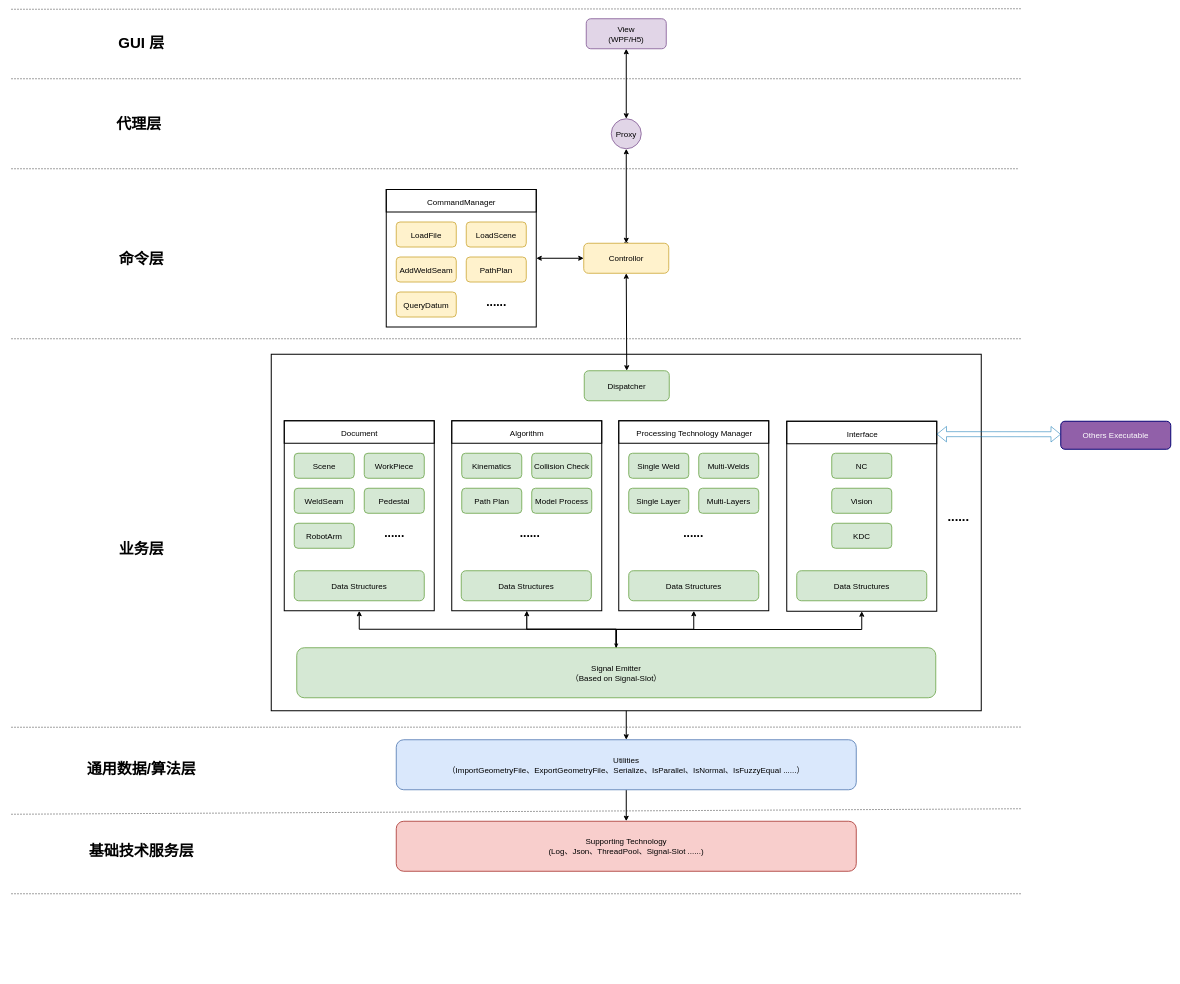
Above: page "CypWeld框架图" (1 of 2) of 未命名绘图.drawio in TsinHC/ebook (draw.io), before the change. Source tidied: cells renumbered, new cells numbered last; positions are measured from the earlier drawing's top-left corner, leaving out a move shared by most shapes. Both pictures are drawn from the tidied source at 50%, with x=0, y=0 at pixel (11, 8).
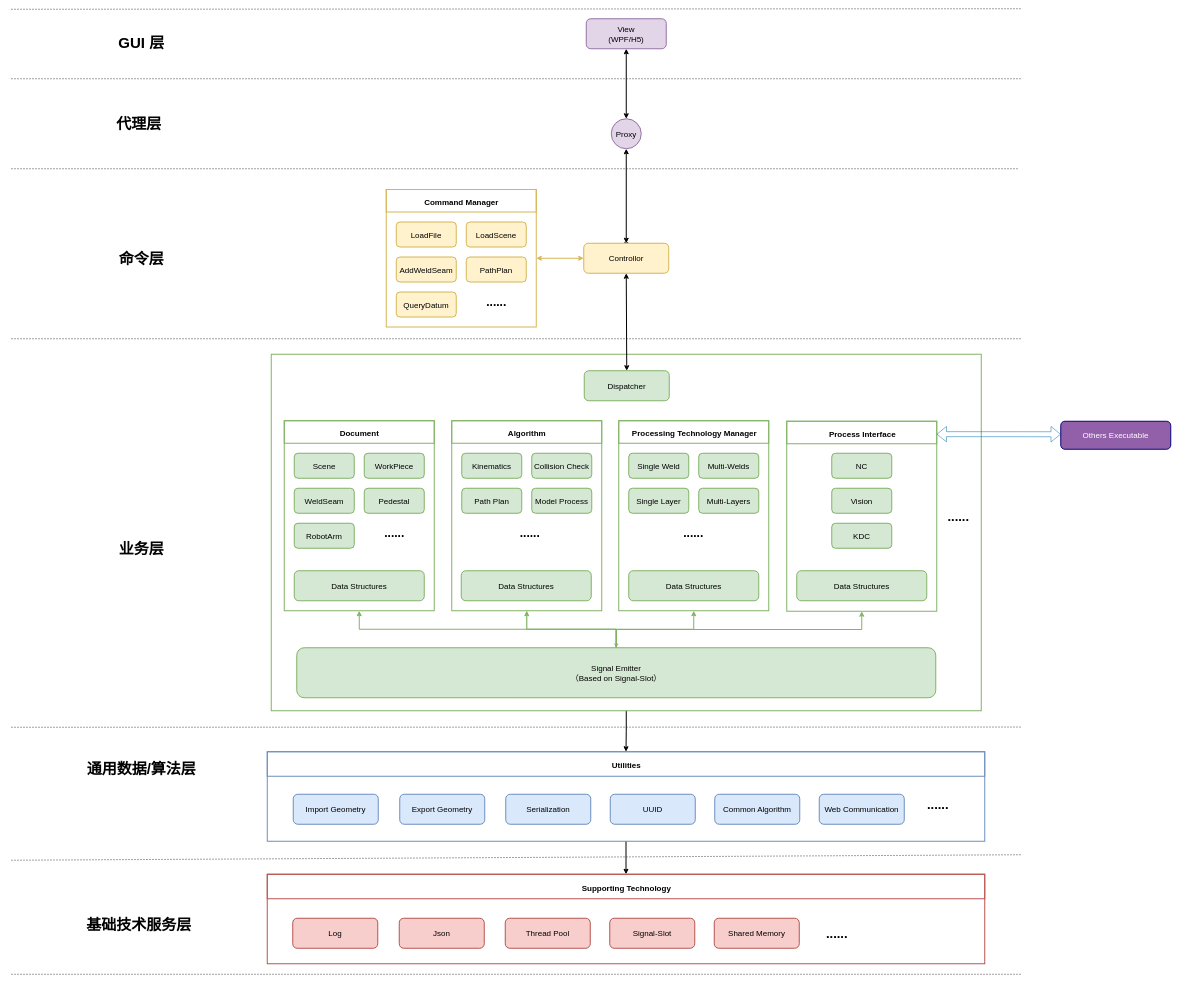
Above is the later version.

Commit message:
更新未命名绘图.drawio

Unchanged cells that the change refers to:
```xml
<mxCell id="7" value="&lt;font style=&quot;&quot;&gt;&lt;font style=&quot;font-size: 16px;&quot;&gt;Controllor&lt;/font&gt;&lt;br&gt;&lt;/font&gt;" style="rounded=1;whiteSpace=wrap;html=1;fillColor=#fff2cc;strokeColor=#d6b656;strokeWidth=2;" parent="1" vertex="1">
  <mxGeometry x="1145" y="469" width="170" height="60" as="geometry" />
</mxCell>
<mxCell id="50" value="&lt;span style=&quot;font-size: 16px;&quot;&gt;Signal Emitter&lt;br&gt;（Based on Signal-Slot）&lt;br&gt;&lt;/span&gt;" style="rounded=1;whiteSpace=wrap;html=1;fillColor=#d5e8d4;strokeColor=#82b366;strokeWidth=2;" parent="1" vertex="1">
  <mxGeometry x="571" y="1278" width="1278" height="100" as="geometry" />
</mxCell>
```

Diff of the diagram source:
```diff
@@
-    <mxCell id="2" style="edgeStyle=orthogonalEdgeStyle;rounded=0;jettySize=auto;html=1;entryX=0.5;entryY=0;entryDx=0;entryDy=0;strokeWidth=2;" parent="1" edge="1" source="3" target="34">
-      <mxGeometry relative="1" as="geometry" />
-    </mxCell>
+    <mxCell id="77" style="rounded=0;whiteSpace=wrap;html=1;fillColor=none;strokeWidth=2;strokeColor=#b85450;" parent="1" vertex="1">
+      <mxGeometry x="512" y="1731" width="1435" height="179" as="geometry" />
+    </mxCell>
+    <mxCell id="78" value="&lt;font style=&quot;font-size: 16px;&quot;&gt;Supporting Technology&lt;/font&gt;" style="text;strokeColor=#b85450;fillColor=none;html=1;fontSize=24;fontStyle=1;verticalAlign=middle;align=center;strokeWidth=2;" parent="1" vertex="1">
+      <mxGeometry x="512" y="1731" width="1435" height="49" as="geometry" />
+    </mxCell>
+    <mxCell id="79" style="edgeStyle=orthogonalEdgeStyle;rounded=0;jettySize=auto;html=1;exitX=0.5;exitY=1;exitDx=0;exitDy=0;strokeWidth=2;" parent="1" edge="1" source="80" target="78">
+      <mxGeometry relative="1" as="geometry" />
+    </mxCell>
+    <mxCell id="80" style="rounded=0;whiteSpace=wrap;html=1;fillColor=none;strokeWidth=2;strokeColor=#6c8ebf;" parent="1" vertex="1">
+      <mxGeometry x="512" y="1486" width="1435" height="179" as="geometry" />
+    </mxCell>
+    <mxCell id="81" style="edgeStyle=orthogonalEdgeStyle;rounded=0;jettySize=auto;html=1;exitX=0.5;exitY=1;exitDx=0;exitDy=0;entryX=0.5;entryY=0;entryDx=0;entryDy=0;strokeWidth=2;" parent="1" edge="1" source="3" target="82">
+      <mxGeometry relative="1" as="geometry" />
+    </mxCell>
-    <mxCell id="3" style="rounded=0;whiteSpace=wrap;html=1;fillColor=none;strokeWidth=2;" parent="1" vertex="1">
+    <mxCell id="3" style="rounded=0;whiteSpace=wrap;html=1;fillColor=none;strokeWidth=2;strokeColor=#82b366;" parent="1" vertex="1">
       <mxGeometry x="520" y="691" width="1420" height="713" as="geometry" />
     </mxCell>
-    <mxCell id="4" style="rounded=0;whiteSpace=wrap;html=1;fillColor=none;strokeWidth=2;" parent="1" vertex="1">
+    <mxCell id="4" style="rounded=0;whiteSpace=wrap;html=1;fillColor=none;strokeWidth=2;strokeColor=#d6b656;" parent="1" vertex="1">
       <mxGeometry x="750" y="361.5" width="300" height="275" as="geometry" />
     </mxCell>
@@
-    <mxCell id="15" value="&lt;span style=&quot;font-weight: normal;&quot;&gt;&lt;font style=&quot;font-size: 16px;&quot;&gt;CommandManager&lt;/font&gt;&lt;/span&gt;" style="text;strokeColor=default;fillColor=none;html=1;fontSize=24;fontStyle=1;verticalAlign=middle;align=center;strokeWidth=2;" parent="1" vertex="1">
+    <mxCell id="15" value="&lt;font style=&quot;font-size: 16px;&quot;&gt;Command Manager&lt;/font&gt;" style="text;strokeColor=#d6b656;fillColor=none;html=1;fontSize=24;fontStyle=1;verticalAlign=middle;align=center;strokeWidth=2;" parent="1" vertex="1">
       <mxGeometry x="750" y="361.5" width="300" height="45" as="geometry" />
     </mxCell>
@@
-    <mxCell id="17" style="rounded=0;whiteSpace=wrap;html=1;fillColor=none;strokeWidth=2;strokeColor=#000000;" parent="1" vertex="1">
+    <mxCell id="17" style="rounded=0;whiteSpace=wrap;html=1;fillColor=none;strokeWidth=2;strokeColor=#82b366;" parent="1" vertex="1">
       <mxGeometry x="546" y="824" width="300" height="380" as="geometry" />
     </mxCell>
@@
-    <mxCell id="24" value="&lt;span style=&quot;font-weight: normal;&quot;&gt;&lt;font style=&quot;font-size: 16px;&quot;&gt;Document&lt;/font&gt;&lt;/span&gt;" style="text;strokeColor=#000000;fillColor=none;html=1;fontSize=24;fontStyle=1;verticalAlign=middle;align=center;strokeWidth=2;" parent="1" vertex="1">
+    <mxCell id="24" value="&lt;font style=&quot;font-size: 16px;&quot;&gt;Document&lt;/font&gt;" style="text;strokeColor=#82b366;fillColor=none;html=1;fontSize=24;fontStyle=1;verticalAlign=middle;align=center;strokeWidth=2;" parent="1" vertex="1">
       <mxGeometry x="546" y="824" width="300" height="45" as="geometry" />
     </mxCell>
-    <mxCell id="25" style="edgeStyle=orthogonalEdgeStyle;rounded=0;jettySize=auto;html=1;entryX=0.5;entryY=0;entryDx=0;entryDy=0;fillColor=#d5e8d4;strokeColor=#000000;" parent="1" edge="1" source="26" target="50">
+    <mxCell id="25" style="edgeStyle=orthogonalEdgeStyle;rounded=0;jettySize=auto;html=1;entryX=0.5;entryY=0;entryDx=0;entryDy=0;fillColor=#d5e8d4;strokeColor=#82b366;" parent="1" edge="1" source="26" target="50">
       <mxGeometry relative="1" as="geometry" />
     </mxCell>
-    <mxCell id="26" style="rounded=0;whiteSpace=wrap;html=1;fillColor=none;strokeWidth=2;strokeColor=#000000;" parent="1" vertex="1">
+    <mxCell id="26" style="rounded=0;whiteSpace=wrap;html=1;fillColor=none;strokeWidth=2;strokeColor=#82b366;" parent="1" vertex="1">
       <mxGeometry x="881" y="824" width="300" height="380" as="geometry" />
     </mxCell>
@@
-    <mxCell id="32" value="&lt;span style=&quot;font-weight: normal;&quot;&gt;&lt;font style=&quot;font-size: 16px;&quot;&gt;Algorithm&lt;/font&gt;&lt;/span&gt;" style="text;strokeColor=#000000;fillColor=none;html=1;fontSize=24;fontStyle=1;verticalAlign=middle;align=center;strokeWidth=2;" parent="1" vertex="1">
+    <mxCell id="32" value="&lt;font style=&quot;font-size: 16px;&quot;&gt;Algorithm&lt;/font&gt;" style="text;strokeColor=#82b366;fillColor=none;html=1;fontSize=24;fontStyle=1;verticalAlign=middle;align=center;strokeWidth=2;" parent="1" vertex="1">
       <mxGeometry x="881" y="824" width="300" height="45" as="geometry" />
     </mxCell>
-    <mxCell id="33" style="edgeStyle=orthogonalEdgeStyle;rounded=0;jettySize=auto;html=1;entryX=0.5;entryY=0;entryDx=0;entryDy=0;strokeWidth=2;" parent="1" edge="1" source="34" target="35">
-      <mxGeometry relative="1" as="geometry" />
-    </mxCell>
-    <mxCell id="34" value="&lt;font style=&quot;font-size: 16px;&quot;&gt;Utilities&lt;br&gt;（ImportGeometryFile、ExportGeometryFile、Serialize、IsParallel、IsNormal、IsFuzzyEqual ......）&lt;/font&gt;" style="rounded=1;whiteSpace=wrap;html=1;fillColor=#dae8fc;strokeColor=#6c8ebf;strokeWidth=2;" parent="1" vertex="1">
-      <mxGeometry x="770" y="1462" width="920" height="100" as="geometry" />
+    <mxCell id="34" value="&lt;span style=&quot;font-size: 16px;&quot;&gt;Import Geometry&lt;/span&gt;" style="rounded=1;whiteSpace=wrap;html=1;fillColor=#dae8fc;strokeColor=#6c8ebf;strokeWidth=2;" parent="1" vertex="1">
+      <mxGeometry x="564" y="1571" width="170" height="60" as="geometry" />
     </mxCell>
-    <mxCell id="35" value="&lt;font style=&quot;font-size: 16px;&quot;&gt;Supporting Technology&lt;br&gt;(Log、Json、ThreadPool、Signal-Slot ......)&lt;br&gt;&lt;/font&gt;" style="rounded=1;whiteSpace=wrap;html=1;fillColor=#f8cecc;strokeColor=#b85450;strokeWidth=2;" parent="1" vertex="1">
-      <mxGeometry x="770" y="1625" width="920" height="100" as="geometry" />
-    </mxCell>
-    <mxCell id="36" style="rounded=0;whiteSpace=wrap;html=1;fillColor=none;strokeWidth=2;strokeColor=#000000;" parent="1" vertex="1">
+    <mxCell id="36" style="rounded=0;whiteSpace=wrap;html=1;fillColor=none;strokeWidth=2;strokeColor=#82b366;" parent="1" vertex="1">
       <mxGeometry x="1215" y="824" width="300" height="380" as="geometry" />
     </mxCell>
@@
-    <mxCell id="42" value="&lt;a style=&quot;margin: 0px 0px 0px 2px; padding: 0px; cursor: pointer; outline: none; font-family: Gilroy; font-size: 16px; text-align: left; background-color: rgb(255, 255, 255); font-weight: normal;&quot; class=&quot;point&quot; data-v-d80c723c=&quot;&quot; data-v-61ce6cc7=&quot;&quot;&gt;Processing Technology Manager&lt;/a&gt;" style="text;strokeColor=#000000;fillColor=none;html=1;fontSize=24;fontStyle=1;verticalAlign=middle;align=center;strokeWidth=2;" parent="1" vertex="1">
+    <mxCell id="42" value="&lt;a style=&quot;margin: 0px 0px 0px 2px; padding: 0px; cursor: pointer; outline: none; font-family: Gilroy; font-size: 16px; text-align: left; background-color: rgb(255, 255, 255);&quot; class=&quot;point&quot; data-v-d80c723c=&quot;&quot; data-v-61ce6cc7=&quot;&quot;&gt;Processing Technology Manager&lt;/a&gt;" style="text;strokeColor=#82b366;fillColor=none;html=1;fontSize=24;fontStyle=1;verticalAlign=middle;align=center;strokeWidth=2;" parent="1" vertex="1">
       <mxGeometry x="1215" y="824" width="300" height="45" as="geometry" />
     </mxCell>
@@
-    <mxCell id="46" style="edgeStyle=orthogonalEdgeStyle;rounded=0;jettySize=auto;html=1;entryX=0.5;entryY=1;entryDx=0;entryDy=0;strokeWidth=2;fillColor=#d5e8d4;strokeColor=#000000;" parent="1" edge="1" source="50" target="26">
+    <mxCell id="46" style="edgeStyle=orthogonalEdgeStyle;rounded=0;jettySize=auto;html=1;entryX=0.5;entryY=1;entryDx=0;entryDy=0;strokeWidth=2;fillColor=#d5e8d4;strokeColor=#82b366;" parent="1" edge="1" source="50" target="26">
       <mxGeometry relative="1" as="geometry" />
     </mxCell>
-    <mxCell id="47" style="edgeStyle=orthogonalEdgeStyle;rounded=0;jettySize=auto;html=1;entryX=0.5;entryY=1;entryDx=0;entryDy=0;strokeWidth=2;fillColor=#d5e8d4;strokeColor=#000000;" parent="1" edge="1" source="50" target="36">
+    <mxCell id="47" style="edgeStyle=orthogonalEdgeStyle;rounded=0;jettySize=auto;html=1;entryX=0.5;entryY=1;entryDx=0;entryDy=0;strokeWidth=2;fillColor=#d5e8d4;strokeColor=#82b366;" parent="1" edge="1" source="50" target="36">
       <mxGeometry relative="1" as="geometry" />
     </mxCell>
-    <mxCell id="48" style="edgeStyle=orthogonalEdgeStyle;rounded=0;jettySize=auto;html=1;entryX=0.5;entryY=1;entryDx=0;entryDy=0;strokeWidth=2;fillColor=#d5e8d4;strokeColor=#000000;" parent="1" edge="1" source="50" target="17">
+    <mxCell id="48" style="edgeStyle=orthogonalEdgeStyle;rounded=0;jettySize=auto;html=1;entryX=0.5;entryY=1;entryDx=0;entryDy=0;strokeWidth=2;fillColor=#d5e8d4;strokeColor=#82b366;" parent="1" edge="1" source="50" target="17">
       <mxGeometry relative="1" as="geometry" />
     </mxCell>
-    <mxCell id="49" style="edgeStyle=orthogonalEdgeStyle;rounded=0;jettySize=auto;html=1;entryX=0.5;entryY=1;entryDx=0;entryDy=0;strokeWidth=2;" parent="1" edge="1" source="50" target="69">
+    <mxCell id="49" style="edgeStyle=orthogonalEdgeStyle;rounded=0;jettySize=auto;html=1;entryX=0.5;entryY=1;entryDx=0;entryDy=0;strokeWidth=2;fillColor=#d5e8d4;strokeColor=#82b366;" parent="1" edge="1" source="50" target="69">
       <mxGeometry relative="1" as="geometry" />
     </mxCell>
@@
-    <mxCell id="52" style="endArrow=classic;startArrow=classic;html=1;rounded=0;entryX=0;entryY=0.5;entryDx=0;entryDy=0;exitX=1;exitY=0.5;exitDx=0;exitDy=0;strokeWidth=2;" parent="1" edge="1" source="4" target="7">
+    <mxCell id="52" style="endArrow=classic;startArrow=classic;html=1;rounded=0;entryX=0;entryY=0.5;entryDx=0;entryDy=0;exitX=1;exitY=0.5;exitDx=0;exitDy=0;strokeWidth=2;fillColor=#fff2cc;strokeColor=#d6b656;" parent="1" edge="1" source="4" target="7">
       <mxGeometry relative="1" as="geometry" />
     </mxCell>
@@
     <mxCell id="59" style="endArrow=none;dashed=1;html=1;rounded=0;" parent="1" edge="1">
       <mxGeometry relative="1" as="geometry">
-        <mxPoint y="1611" as="sourcePoint" />
-        <mxPoint x="2019.9" y="1600" as="targetPoint" />
+        <mxPoint y="1703" as="sourcePoint" />
+        <mxPoint x="2019.9" y="1692" as="targetPoint" />
       </mxGeometry>
     </mxCell>
@@
     <mxCell id="62" style="endArrow=none;dashed=1;html=1;rounded=0;" parent="1" edge="1">
       <mxGeometry relative="1" as="geometry">
-        <mxPoint y="1770" as="sourcePoint" />
-        <mxPoint x="2019.9" y="1770" as="targetPoint" />
+        <mxPoint y="1931" as="sourcePoint" />
+        <mxPoint x="2019.9" y="1931" as="targetPoint" />
       </mxGeometry>
     </mxCell>
@@
     <mxCell id="68" value="&lt;font style=&quot;font-size: 30px;&quot;&gt;基础技术服务层&lt;/font&gt;" style="text;strokeColor=none;fillColor=none;html=1;fontSize=24;fontStyle=1;verticalAlign=middle;align=center;" parent="1" vertex="1">
-      <mxGeometry y="1663" width="520" height="40" as="geometry" />
+      <mxGeometry x="-5" y="1811" width="520" height="40" as="geometry" />
     </mxCell>
-    <mxCell id="69" style="rounded=0;whiteSpace=wrap;html=1;fillColor=none;strokeWidth=2;strokeColor=#000000;" parent="1" vertex="1">
+    <mxCell id="69" style="rounded=0;whiteSpace=wrap;html=1;fillColor=none;strokeWidth=2;strokeColor=#82b366;" parent="1" vertex="1">
       <mxGeometry x="1551" y="825" width="300" height="380" as="geometry" />
     </mxCell>
-    <mxCell id="70" value="&lt;a style=&quot;margin: 0px 0px 0px 2px; padding: 0px; cursor: pointer; outline: none; font-family: Gilroy; font-size: 16px; text-align: left; background-color: rgb(255, 255, 255); font-weight: normal;&quot; class=&quot;point&quot; data-v-d80c723c=&quot;&quot; data-v-61ce6cc7=&quot;&quot;&gt;Interface&lt;/a&gt;" style="text;strokeColor=#000000;fillColor=none;html=1;fontSize=24;fontStyle=1;verticalAlign=middle;align=center;strokeWidth=2;" parent="1" vertex="1">
+    <mxCell id="70" value="&lt;a style=&quot;margin: 0px 0px 0px 2px; padding: 0px; cursor: pointer; outline: none; font-family: Gilroy; font-size: 16px; text-align: left; background-color: rgb(255, 255, 255);&quot; class=&quot;point&quot; data-v-d80c723c=&quot;&quot; data-v-61ce6cc7=&quot;&quot;&gt;Process Interface&lt;/a&gt;" style="text;strokeColor=#82b366;fillColor=none;html=1;fontSize=24;fontStyle=1;verticalAlign=middle;align=center;strokeWidth=2;" parent="1" vertex="1">
       <mxGeometry x="1551" y="825" width="300" height="45" as="geometry" />
     </mxCell>
@@
+    <mxCell id="82" value="&lt;font style=&quot;font-size: 16px;&quot;&gt;Utilities&lt;/font&gt;" style="text;strokeColor=#6c8ebf;fillColor=none;html=1;fontSize=24;fontStyle=1;verticalAlign=middle;align=center;strokeWidth=2;" parent="1" vertex="1">
+      <mxGeometry x="512" y="1486" width="1435" height="49" as="geometry" />
+    </mxCell>
+    <mxCell id="83" value="&lt;span style=&quot;font-size: 16px;&quot;&gt;Export Geometry&lt;/span&gt;" style="rounded=1;whiteSpace=wrap;html=1;fillColor=#dae8fc;strokeColor=#6c8ebf;strokeWidth=2;" parent="1" vertex="1">
+      <mxGeometry x="777" y="1571" width="170" height="60" as="geometry" />
+    </mxCell>
+    <mxCell id="84" value="&lt;span style=&quot;font-size: 16px;&quot;&gt;Serialization&lt;/span&gt;" style="rounded=1;whiteSpace=wrap;html=1;fillColor=#dae8fc;strokeColor=#6c8ebf;strokeWidth=2;" parent="1" vertex="1">
+      <mxGeometry x="989" y="1571" width="170" height="60" as="geometry" />
+    </mxCell>
+    <mxCell id="85" value="&lt;span style=&quot;font-size: 16px;&quot;&gt;UUID&lt;/span&gt;" style="rounded=1;whiteSpace=wrap;html=1;fillColor=#dae8fc;strokeColor=#6c8ebf;strokeWidth=2;" parent="1" vertex="1">
+      <mxGeometry x="1198" y="1571" width="170" height="60" as="geometry" />
+    </mxCell>
+    <mxCell id="86" value="&lt;span style=&quot;font-size: 16px;&quot;&gt;Common Algorithm&lt;/span&gt;" style="rounded=1;whiteSpace=wrap;html=1;fillColor=#dae8fc;strokeColor=#6c8ebf;strokeWidth=2;" parent="1" vertex="1">
+      <mxGeometry x="1407" y="1571" width="170" height="60" as="geometry" />
+    </mxCell>
+    <mxCell id="87" value="&lt;font style=&quot;font-size: 26px;&quot;&gt;......&lt;/font&gt;" style="text;strokeColor=none;fillColor=none;html=1;fontSize=24;fontStyle=1;verticalAlign=middle;align=center;strokeWidth=2;" parent="1" vertex="1">
+      <mxGeometry x="1808" y="1571" width="90" height="40" as="geometry" />
+    </mxCell>
+    <mxCell id="88" value="&lt;span style=&quot;font-size: 16px;&quot;&gt;Log&lt;/span&gt;" style="rounded=1;whiteSpace=wrap;html=1;fillColor=#f8cecc;strokeColor=#b85450;strokeWidth=2;" parent="1" vertex="1">
+      <mxGeometry x="563" y="1819" width="170" height="60" as="geometry" />
+    </mxCell>
+    <mxCell id="89" value="&lt;span style=&quot;font-size: 16px;&quot;&gt;Json&lt;/span&gt;" style="rounded=1;whiteSpace=wrap;html=1;fillColor=#f8cecc;strokeColor=#b85450;strokeWidth=2;" parent="1" vertex="1">
+      <mxGeometry x="776" y="1819" width="170" height="60" as="geometry" />
+    </mxCell>
+    <mxCell id="90" value="&lt;span style=&quot;font-size: 16px;&quot;&gt;Thread Pool&lt;/span&gt;" style="rounded=1;whiteSpace=wrap;html=1;fillColor=#f8cecc;strokeColor=#b85450;strokeWidth=2;" parent="1" vertex="1">
+      <mxGeometry x="988" y="1819" width="170" height="60" as="geometry" />
+    </mxCell>
+    <mxCell id="91" value="&lt;span style=&quot;font-size: 16px;&quot;&gt;Signal-Slot&lt;/span&gt;" style="rounded=1;whiteSpace=wrap;html=1;fillColor=#f8cecc;strokeColor=#b85450;strokeWidth=2;" parent="1" vertex="1">
+      <mxGeometry x="1197" y="1819" width="170" height="60" as="geometry" />
+    </mxCell>
+    <mxCell id="92" value="&lt;span style=&quot;font-size: 16px;&quot;&gt;Shared Memory&lt;/span&gt;" style="rounded=1;whiteSpace=wrap;html=1;fillColor=#f8cecc;strokeColor=#b85450;strokeWidth=2;" parent="1" vertex="1">
+      <mxGeometry x="1406" y="1819" width="170" height="60" as="geometry" />
+    </mxCell>
+    <mxCell id="93" value="&lt;font style=&quot;font-size: 26px;&quot;&gt;......&lt;/font&gt;" style="text;strokeColor=none;fillColor=none;html=1;fontSize=24;fontStyle=1;verticalAlign=middle;align=center;strokeWidth=2;" parent="1" vertex="1">
+      <mxGeometry x="1606" y="1829" width="90" height="40" as="geometry" />
+    </mxCell>
+    <mxCell id="94" value="&lt;span style=&quot;font-size: 16px;&quot;&gt;Web Communication&lt;/span&gt;" style="rounded=1;whiteSpace=wrap;html=1;fillColor=#dae8fc;strokeColor=#6c8ebf;strokeWidth=2;" parent="1" vertex="1">
+      <mxGeometry x="1616" y="1571" width="170" height="60" as="geometry" />
+    </mxCell>
```
